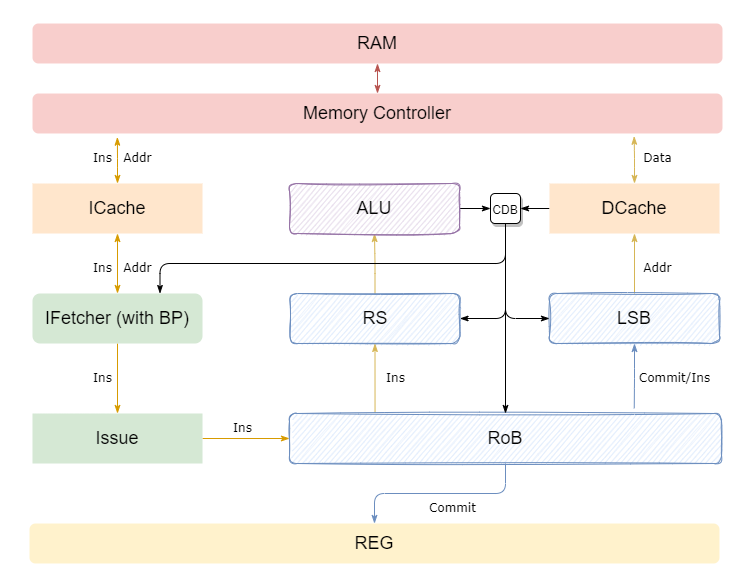
The draw.io diagram README.assets/designment.png in Jerx2y/RISCV-CPU-2022, before a commit. Source tidied: cells renumbered, new cells last; positions are measured from the earlier drawing's top-left corner, leaving out a move shared by most shapes.
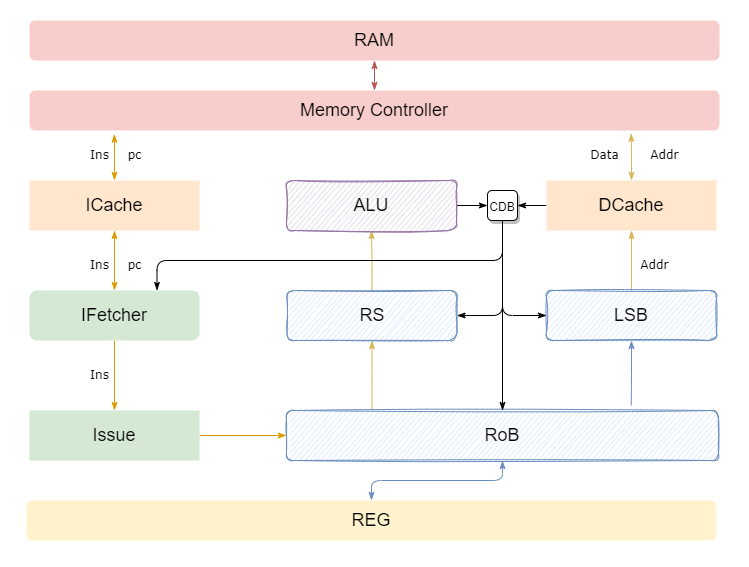
Later version of the same file.

Change to the diagram source:
```diff
@@ -29,7 +29,7 @@
     <mxCell id="10" style="edgeStyle=orthogonalEdgeStyle;rounded=1;jettySize=auto;html=1;exitX=0.5;exitY=1;exitDx=0;exitDy=0;entryX=0.5;entryY=0;entryDx=0;entryDy=0;labelBackgroundColor=default;fontSize=18;startArrow=none;startFill=0;endArrow=classicThin;endFill=1;fillColor=#ffe6cc;strokeColor=#d79b00;" parent="1" edge="1" source="11" target="13">
       <mxGeometry relative="1" as="geometry" />
     </mxCell>
-    <mxCell id="11" value="IFetcher (with BP)" style="whiteSpace=wrap;html=1;glass=0;strokeColor=none;fontSize=18;fillColor=#d5e8d4;rounded=1;sketch=0;shadow=0;" parent="1" vertex="1">
+    <mxCell id="11" value="IFetcher" style="whiteSpace=wrap;html=1;glass=0;strokeColor=none;fontSize=18;fillColor=#d5e8d4;rounded=1;sketch=0;shadow=0;" parent="1" vertex="1">
       <mxGeometry x="3" y="270" width="170" height="50" as="geometry" />
     </mxCell>
     <mxCell id="12" style="edgeStyle=orthogonalEdgeStyle;rounded=1;jettySize=auto;html=1;exitX=1;exitY=0.5;exitDx=0;exitDy=0;entryX=0;entryY=0.5;entryDx=0;entryDy=0;labelBackgroundColor=default;fontSize=18;startArrow=none;startFill=0;endArrow=classicThin;endFill=1;fillColor=#ffe6cc;strokeColor=#d79b00;" parent="1" edge="1" source="13" target="15">
@@ -59,11 +59,11 @@
     <mxCell id="20" value="RS" style="whiteSpace=wrap;html=1;glass=0;strokeColor=#6c8ebf;fontSize=18;fillColor=#dae8fc;rounded=1;sketch=1;" parent="1" vertex="1">
       <mxGeometry x="260.5" y="270" width="170" height="50" as="geometry" />
     </mxCell>
-    <mxCell id="21" style="edgeStyle=orthogonalEdgeStyle;rounded=1;jettySize=auto;html=1;exitX=0.5;exitY=0;exitDx=0;exitDy=0;labelBackgroundColor=default;fontSize=18;startArrow=classicThin;startFill=1;endArrow=none;endFill=0;fillColor=#dae8fc;strokeColor=#6c8ebf;" parent="1" edge="1" source="22" target="15">
+    <mxCell id="21" style="edgeStyle=orthogonalEdgeStyle;rounded=1;jettySize=auto;html=1;exitX=0.5;exitY=0;exitDx=0;exitDy=0;labelBackgroundColor=default;fontSize=18;startArrow=classicThin;startFill=1;endArrow=classicThin;endFill=1;fillColor=#dae8fc;strokeColor=#6c8ebf;" parent="1" edge="1" source="22" target="15">
       <mxGeometry relative="1" as="geometry" />
     </mxCell>
     <mxCell id="22" value="REG" style="whiteSpace=wrap;html=1;glass=0;fontSize=18;rounded=1;fillColor=#fff2cc;strokeColor=none;" parent="1" vertex="1">
-      <mxGeometry y="500" width="690" height="40" as="geometry" />
+      <mxGeometry y="480" width="690" height="40" as="geometry" />
     </mxCell>
     <mxCell id="23" value="Memory Controller" style="whiteSpace=wrap;html=1;glass=0;strokeColor=none;fontSize=18;fillColor=#f8cecc;rounded=1;" parent="1" vertex="1">
       <mxGeometry x="3" y="70" width="690" height="40" as="geometry" />
@@ -97,17 +97,11 @@
     <mxCell id="31" value="&lt;font style=&quot;font-size: 10px;&quot;&gt;CDB&lt;/font&gt;" style="whiteSpace=wrap;html=1;glass=0;fontSize=18;rounded=1;strokeColor=default;shadow=1;" parent="1" vertex="1">
       <mxGeometry x="461" y="170" width="30" height="30" as="geometry" />
     </mxCell>
-    <mxCell id="32" value="Commit/Ins" style="text;html=1;align=center;verticalAlign=middle;strokeColor=none;fillColor=none;fontSize=10;fontFamily=Verdana;" parent="1" vertex="1">
-      <mxGeometry x="600" y="340" width="90" height="30" as="geometry" />
-    </mxCell>
-    <mxCell id="33" value="Commit" style="text;html=1;align=center;verticalAlign=middle;strokeColor=none;fillColor=none;fontSize=10;fontFamily=Verdana;" parent="1" vertex="1">
-      <mxGeometry x="388" y="470" width="70" height="30" as="geometry" />
-    </mxCell>
     <mxCell id="34" value="Addr" style="text;html=1;align=center;verticalAlign=middle;strokeColor=none;fillColor=none;fontSize=10;fontFamily=Verdana;" parent="1" vertex="1">
       <mxGeometry x="603" y="230" width="50" height="30" as="geometry" />
     </mxCell>
     <mxCell id="35" value="Data" style="text;html=1;align=center;verticalAlign=middle;strokeColor=none;fillColor=none;fontSize=10;fontFamily=Verdana;" parent="1" vertex="1">
-      <mxGeometry x="603" y="120" width="50" height="30" as="geometry" />
+      <mxGeometry x="553" y="120" width="50" height="30" as="geometry" />
     </mxCell>
     <mxCell id="36" value="Ins" style="text;html=1;align=center;verticalAlign=middle;strokeColor=none;fillColor=none;fontSize=10;fontFamily=Verdana;" parent="1" vertex="1">
       <mxGeometry x="53" y="230" width="40" height="30" as="geometry" />
@@ -118,17 +112,14 @@
     <mxCell id="38" value="Ins" style="text;html=1;align=center;verticalAlign=middle;strokeColor=none;fillColor=none;fontSize=10;fontFamily=Verdana;" parent="1" vertex="1">
       <mxGeometry x="53" y="340" width="40" height="30" as="geometry" />
     </mxCell>
-    <mxCell id="39" value="Ins" style="text;html=1;align=center;verticalAlign=middle;strokeColor=none;fillColor=none;fontSize=10;fontFamily=Verdana;" parent="1" vertex="1">
-      <mxGeometry x="193" y="390" width="40" height="30" as="geometry" />
-    </mxCell>
-    <mxCell id="40" value="Ins" style="text;html=1;align=center;verticalAlign=middle;strokeColor=none;fillColor=none;fontSize=10;fontFamily=Verdana;" parent="1" vertex="1">
-      <mxGeometry x="346" y="340" width="40" height="30" as="geometry" />
-    </mxCell>
-    <mxCell id="41" value="Addr" style="text;html=1;align=center;verticalAlign=middle;strokeColor=none;fillColor=none;fontSize=10;fontFamily=Verdana;" parent="1" vertex="1">
-      <mxGeometry x="83" y="120" width="50" height="30" as="geometry" />
+    <mxCell id="41" value="pc" style="text;html=1;align=center;verticalAlign=middle;strokeColor=none;fillColor=none;fontSize=10;fontFamily=Verdana;" parent="1" vertex="1">
+      <mxGeometry x="88" y="120" width="40" height="30" as="geometry" />
     </mxCell>
-    <mxCell id="42" value="Addr" style="text;html=1;align=center;verticalAlign=middle;strokeColor=none;fillColor=none;fontSize=10;fontFamily=Verdana;" parent="1" vertex="1">
-      <mxGeometry x="83" y="230" width="50" height="30" as="geometry" />
+    <mxCell id="42" value="pc" style="text;html=1;align=center;verticalAlign=middle;strokeColor=none;fillColor=none;fontSize=10;fontFamily=Verdana;" parent="1" vertex="1">
+      <mxGeometry x="88" y="230" width="40" height="30" as="geometry" />
     </mxCell>
+    <mxCell id="43" value="Addr" style="text;html=1;align=center;verticalAlign=middle;strokeColor=none;fillColor=none;fontSize=10;fontFamily=Verdana;" parent="1" vertex="1">
+      <mxGeometry x="613" y="120" width="50" height="30" as="geometry" />
+    </mxCell>
   </root>
 </mxGraphModel>
```
